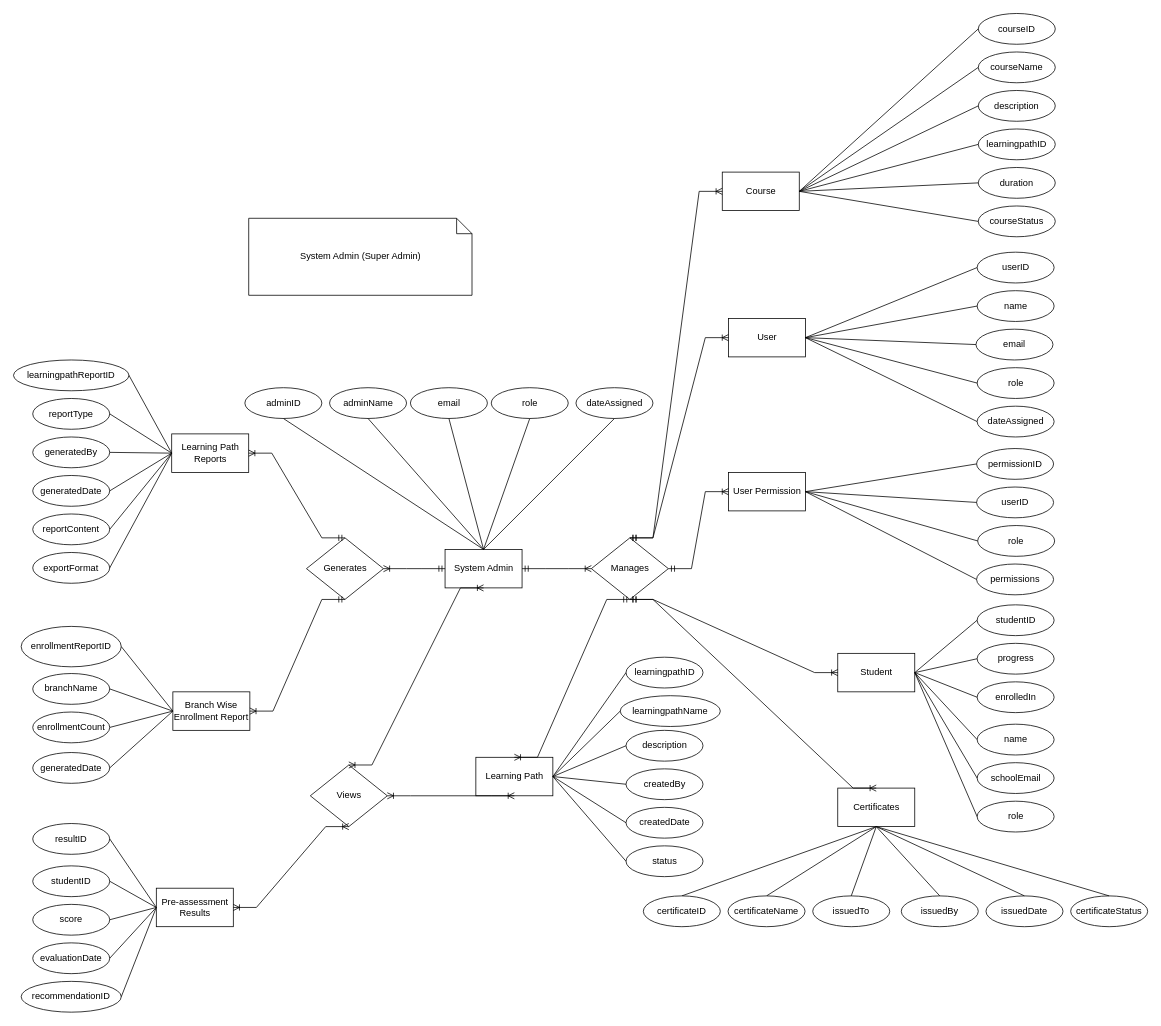
The draw.io diagram page "Page-5" (3 of 3) of SL-Activities/Task121/.drawio in rnrhltn/javanc3uc1, before the edit. Source tidied: cells renumbered, new cells numbered last; positions are measured from the earlier drawing's top-left corner, leaving out a move shared by most shapes. Both pictures are drawn from the tidied source at 77%, with x=0, y=0 at pixel (13, 13).
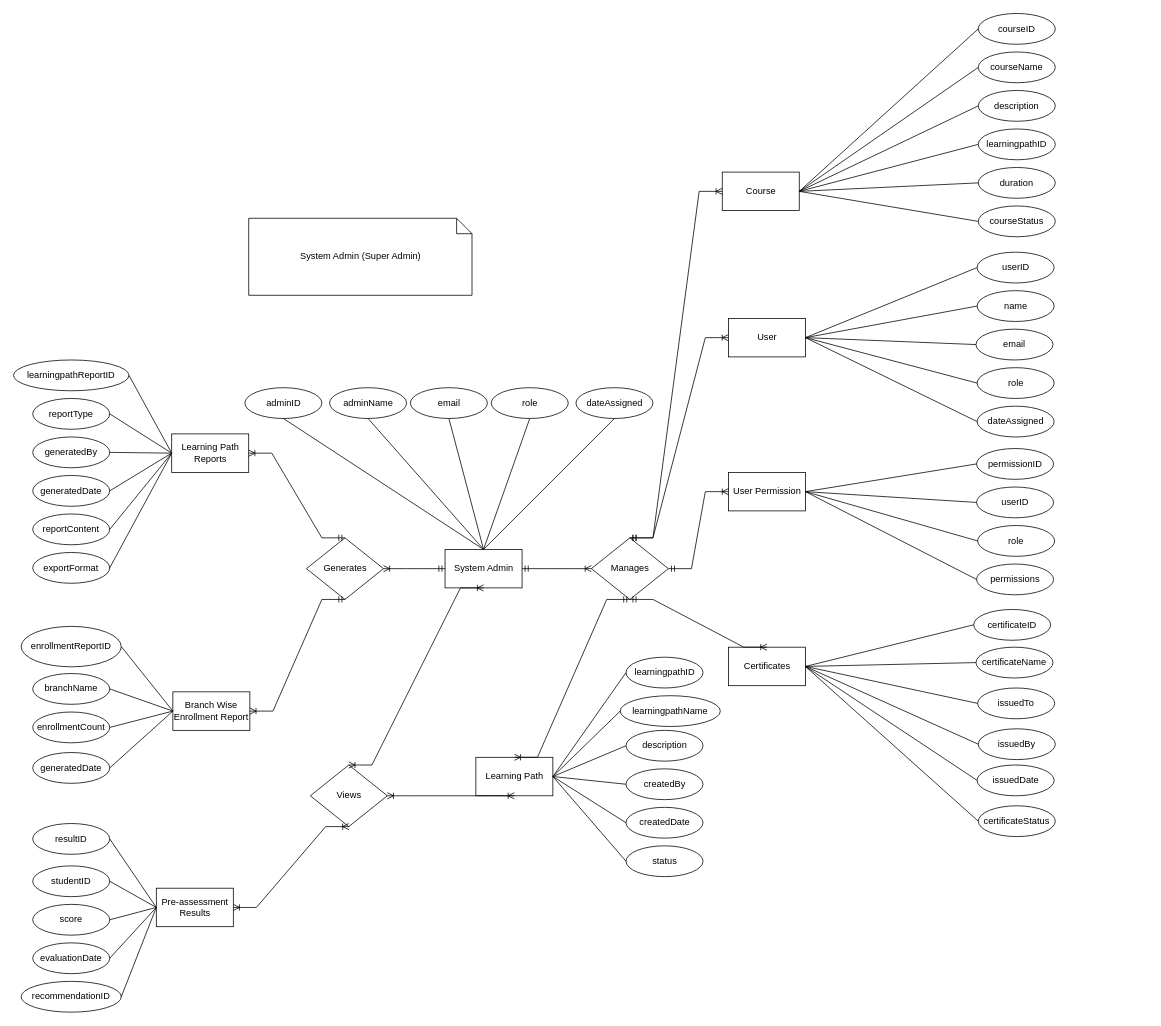
The same page after the edit.

Unchanged cells that the change refers to:
```xml
<mxCell id="9" value="Manages" style="shape=rhombus;html=1;dashed=0;whiteSpace=wrap;perimeter=rhombusPerimeter;" parent="1" vertex="1">
  <mxGeometry x="750.5" y="681" width="100" height="80" as="geometry" />
</mxCell>
```

Diff of the diagram source:
```diff
@@
-    <mxCell id="12" value="Student" style="html=1;dashed=0;whiteSpace=wrap;" parent="1" vertex="1">
-      <mxGeometry x="1070.5" y="831" width="100" height="50" as="geometry" />
-    </mxCell>
@@
-    <mxCell id="15" style="edgeStyle=entityRelationEdgeStyle;fontSize=12;html=1;endArrow=ERoneToMany;startArrow=ERmandOne;rounded=0;exitX=0.5;exitY=1;exitDx=0;exitDy=0;entryX=0;entryY=0.5;entryDx=0;entryDy=0;" parent="1" edge="1" source="9" target="12">
-      <mxGeometry relative="1" as="geometry" />
-    </mxCell>
@@
     <mxCell id="17" value="Certificates" style="html=1;dashed=0;whiteSpace=wrap;" parent="1" vertex="1">
-      <mxGeometry x="1070.5" y="1006" width="100" height="50" as="geometry" />
+      <mxGeometry x="928.5" y="823" width="100" height="50" as="geometry" />
     </mxCell>
@@
-    <mxCell id="55" value="studentID" style="ellipse;whiteSpace=wrap;html=1;align=center;" parent="1" vertex="1">
-      <mxGeometry x="1251.5" y="768" width="100" height="40" as="geometry" />
-    </mxCell>
-    <mxCell id="56" value="name" style="ellipse;whiteSpace=wrap;html=1;align=center;" parent="1" vertex="1">
-      <mxGeometry x="1251.5" y="923" width="100" height="40" as="geometry" />
-    </mxCell>
-    <mxCell id="57" value="schoolEmail" style="ellipse;whiteSpace=wrap;html=1;align=center;" parent="1" vertex="1">
-      <mxGeometry x="1251.5" y="973" width="100" height="40" as="geometry" />
-    </mxCell>
-    <mxCell id="58" value="role" style="ellipse;whiteSpace=wrap;html=1;align=center;" parent="1" vertex="1">
-      <mxGeometry x="1251.5" y="1023" width="100" height="40" as="geometry" />
-    </mxCell>
-    <mxCell id="59" value="enrolledIn" style="ellipse;whiteSpace=wrap;html=1;align=center;" parent="1" vertex="1">
-      <mxGeometry x="1251.5" y="868" width="100" height="40" as="geometry" />
-    </mxCell>
-    <mxCell id="60" value="progress" style="ellipse;whiteSpace=wrap;html=1;align=center;" parent="1" vertex="1">
-      <mxGeometry x="1251.5" y="818" width="100" height="40" as="geometry" />
-    </mxCell>
-    <mxCell id="61" style="endArrow=none;html=1;rounded=0;entryX=0;entryY=0.5;entryDx=0;entryDy=0;exitX=1;exitY=0.5;exitDx=0;exitDy=0;" parent="1" edge="1" source="12" target="59">
-      <mxGeometry relative="1" as="geometry" />
-    </mxCell>
-    <mxCell id="62" style="endArrow=none;html=1;rounded=0;entryX=0;entryY=0.5;entryDx=0;entryDy=0;exitX=1;exitY=0.5;exitDx=0;exitDy=0;" parent="1" edge="1" source="12" target="55">
-      <mxGeometry relative="1" as="geometry" />
-    </mxCell>
-    <mxCell id="63" style="endArrow=none;html=1;rounded=0;entryX=0;entryY=0.5;entryDx=0;entryDy=0;exitX=1;exitY=0.5;exitDx=0;exitDy=0;" parent="1" edge="1" source="12" target="56">
-      <mxGeometry relative="1" as="geometry" />
-    </mxCell>
-    <mxCell id="64" style="endArrow=none;html=1;rounded=0;entryX=0;entryY=0.5;entryDx=0;entryDy=0;exitX=1;exitY=0.5;exitDx=0;exitDy=0;" parent="1" edge="1" source="12" target="57">
-      <mxGeometry relative="1" as="geometry" />
-    </mxCell>
-    <mxCell id="65" style="endArrow=none;html=1;rounded=0;entryX=0;entryY=0.5;entryDx=0;entryDy=0;exitX=1;exitY=0.5;exitDx=0;exitDy=0;" parent="1" edge="1" source="12" target="58">
-      <mxGeometry relative="1" as="geometry" />
-    </mxCell>
-    <mxCell id="66" style="endArrow=none;html=1;rounded=0;entryX=0;entryY=0.5;entryDx=0;entryDy=0;exitX=1;exitY=0.5;exitDx=0;exitDy=0;" parent="1" edge="1" source="12" target="60">
-      <mxGeometry relative="1" as="geometry" />
-    </mxCell>
@@
-    <mxCell id="79" style="endArrow=none;html=1;rounded=0;entryX=0.5;entryY=0;entryDx=0;entryDy=0;exitX=0.5;exitY=1;exitDx=0;exitDy=0;" parent="1" edge="1" source="17" target="80">
+    <mxCell id="79" style="endArrow=none;html=1;rounded=0;entryX=0;entryY=0.5;entryDx=0;entryDy=0;exitX=1;exitY=0.5;exitDx=0;exitDy=0;" parent="1" edge="1" source="17" target="80">
       <mxGeometry relative="1" as="geometry" />
     </mxCell>
     <mxCell id="80" value="certificateID" style="ellipse;whiteSpace=wrap;html=1;align=center;" parent="1" vertex="1">
-      <mxGeometry x="818" y="1146" width="100" height="40" as="geometry" />
+      <mxGeometry x="1247" y="774" width="100" height="40" as="geometry" />
     </mxCell>
-    <mxCell id="81" style="endArrow=none;html=1;rounded=0;exitX=0.5;exitY=1;exitDx=0;exitDy=0;entryX=0.5;entryY=0;entryDx=0;entryDy=0;" parent="1" edge="1" source="17" target="82">
+    <mxCell id="81" style="endArrow=none;html=1;rounded=0;exitX=1;exitY=0.5;exitDx=0;exitDy=0;entryX=0;entryY=0.5;entryDx=0;entryDy=0;" parent="1" edge="1" source="17" target="82">
       <mxGeometry relative="1" as="geometry" />
     </mxCell>
     <mxCell id="82" value="certificateName" style="ellipse;whiteSpace=wrap;html=1;align=center;" parent="1" vertex="1">
-      <mxGeometry x="928" y="1146" width="100" height="40" as="geometry" />
+      <mxGeometry x="1250" y="823" width="100" height="40" as="geometry" />
     </mxCell>
     <mxCell id="83" value="issuedTo" style="ellipse;whiteSpace=wrap;html=1;align=center;" parent="1" vertex="1">
-      <mxGeometry x="1038" y="1146" width="100" height="40" as="geometry" />
+      <mxGeometry x="1252.2" y="876" width="100" height="40" as="geometry" />
     </mxCell>
     <mxCell id="84" value="issuedBy" style="ellipse;whiteSpace=wrap;html=1;align=center;" parent="1" vertex="1">
-      <mxGeometry x="1153" y="1146" width="100" height="40" as="geometry" />
+      <mxGeometry x="1253" y="929" width="100" height="40" as="geometry" />
     </mxCell>
     <mxCell id="85" value="issuedDate" style="ellipse;whiteSpace=wrap;html=1;align=center;" parent="1" vertex="1">
-      <mxGeometry x="1263" y="1146" width="100" height="40" as="geometry" />
+      <mxGeometry x="1251.5" y="976" width="100" height="40" as="geometry" />
     </mxCell>
     <mxCell id="86" value="certificateStatus" style="ellipse;whiteSpace=wrap;html=1;align=center;" parent="1" vertex="1">
-      <mxGeometry x="1373" y="1146" width="100" height="40" as="geometry" />
+      <mxGeometry x="1253" y="1029" width="100" height="40" as="geometry" />
     </mxCell>
-    <mxCell id="87" style="endArrow=none;html=1;rounded=0;entryX=0.5;entryY=0;entryDx=0;entryDy=0;exitX=0.5;exitY=1;exitDx=0;exitDy=0;" parent="1" edge="1" source="17" target="83">
+    <mxCell id="87" style="endArrow=none;html=1;rounded=0;entryX=0;entryY=0.5;entryDx=0;entryDy=0;exitX=1;exitY=0.5;exitDx=0;exitDy=0;" parent="1" edge="1" source="17" target="83">
       <mxGeometry relative="1" as="geometry" />
     </mxCell>
-    <mxCell id="88" style="endArrow=none;html=1;rounded=0;exitX=0.5;exitY=1;exitDx=0;exitDy=0;entryX=0.5;entryY=0;entryDx=0;entryDy=0;" parent="1" edge="1" source="17" target="84">
+    <mxCell id="88" style="endArrow=none;html=1;rounded=0;exitX=1;exitY=0.5;exitDx=0;exitDy=0;entryX=0;entryY=0.5;entryDx=0;entryDy=0;" parent="1" edge="1" source="17" target="84">
       <mxGeometry relative="1" as="geometry" />
     </mxCell>
-    <mxCell id="89" style="endArrow=none;html=1;rounded=0;exitX=0.5;exitY=1;exitDx=0;exitDy=0;entryX=0.5;entryY=0;entryDx=0;entryDy=0;" parent="1" edge="1" source="17" target="85">
+    <mxCell id="89" style="endArrow=none;html=1;rounded=0;exitX=1;exitY=0.5;exitDx=0;exitDy=0;entryX=0;entryY=0.5;entryDx=0;entryDy=0;" parent="1" edge="1" source="17" target="85">
       <mxGeometry relative="1" as="geometry" />
     </mxCell>
-    <mxCell id="90" style="endArrow=none;html=1;rounded=0;exitX=0.5;exitY=1;exitDx=0;exitDy=0;entryX=0.5;entryY=0;entryDx=0;entryDy=0;" parent="1" edge="1" source="17" target="86">
+    <mxCell id="90" style="endArrow=none;html=1;rounded=0;exitX=1;exitY=0.5;exitDx=0;exitDy=0;entryX=0;entryY=0.5;entryDx=0;entryDy=0;" parent="1" edge="1" source="17" target="86">
       <mxGeometry relative="1" as="geometry" />
     </mxCell>
```
